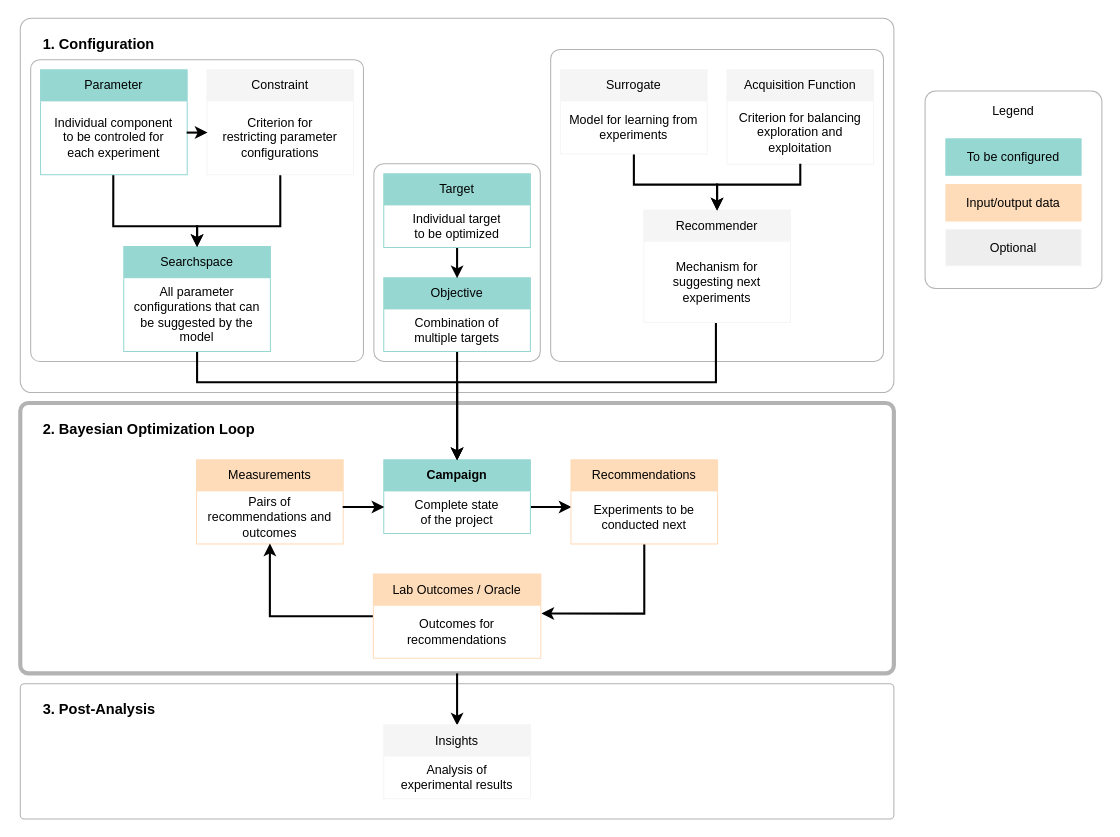
Before: docs/_static/api_overview.drawio in emdgroup/baybe, a draw.io diagram. Source tidied: cells renumbered, new cells numbered last; positions are measured from the earlier drawing's top-left corner, leaving out a move shared by most shapes. Both pictures are drawn from the tidied source at 104%, with x=0, y=0 at pixel (20, 18).
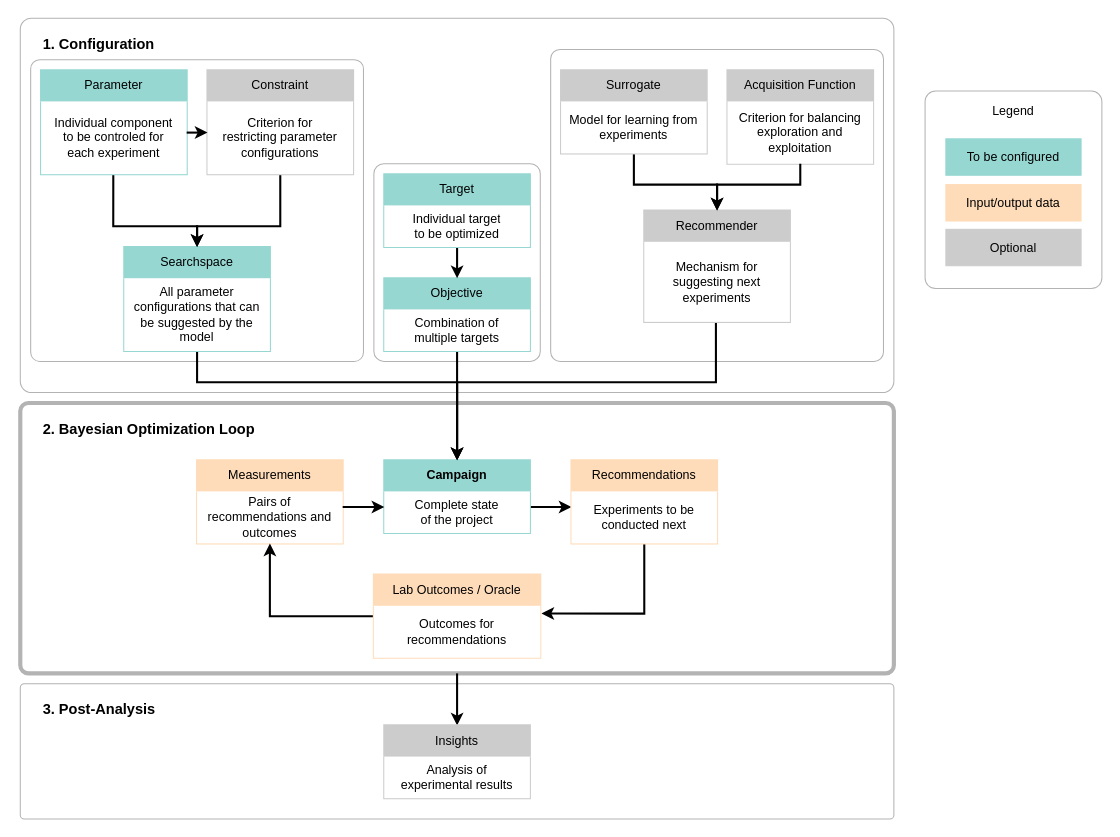
Above is the later version.

What changed in the source:
```diff
@@
-    <mxCell id="20" value="&lt;font style=&quot;color: light-dark(rgb(0, 0, 0), rgb(255, 255, 255));&quot;&gt;Recommender&lt;/font&gt;" style="swimlane;fontStyle=0;horizontal=1;startSize=30;whiteSpace=wrap;html=1;fillColor=#f5f5f5;strokeColor=light-dark(#F5F5F5,#1A1A1A);fontColor=#333333;strokeWidth=2;" parent="1" vertex="1">
+    <mxCell id="20" value="&lt;font style=&quot;color: light-dark(rgb(0, 0, 0), rgb(255, 255, 255));&quot;&gt;Recommender&lt;/font&gt;" style="swimlane;fontStyle=0;horizontal=1;startSize=30;whiteSpace=wrap;html=1;fillColor=#CCCCCC;strokeColor=#CCCCCC;fontColor=#333333;strokeWidth=2;" parent="1" vertex="1">
       <mxGeometry x="600" y="185" width="140" height="107" as="geometry" />
     </mxCell>
@@
-    <mxCell id="35" value="&lt;font style=&quot;color: light-dark(rgb(0, 0, 0), rgb(255, 255, 255));&quot;&gt;Constraint&lt;/font&gt;" style="swimlane;fontStyle=0;horizontal=1;startSize=30;whiteSpace=wrap;html=1;fillColor=#f5f5f5;strokeColor=light-dark(#F5F5F5,#1A1A1A);fontColor=#333333;strokeWidth=2;" parent="1" vertex="1">
+    <mxCell id="35" value="&lt;font style=&quot;color: light-dark(rgb(0, 0, 0), rgb(255, 255, 255));&quot;&gt;Constraint&lt;/font&gt;" style="swimlane;fontStyle=0;horizontal=1;startSize=30;whiteSpace=wrap;html=1;fillColor=#CCCCCC;strokeColor=#CCCCCC;fontColor=#333333;strokeWidth=2;" parent="1" vertex="1">
       <mxGeometry x="180" y="50" width="140" height="100" as="geometry" />
     </mxCell>
@@
-    <mxCell id="37" value="&lt;font style=&quot;color: light-dark(rgb(0, 0, 0), rgb(255, 255, 255));&quot;&gt;Insights&lt;/font&gt;" style="swimlane;fontStyle=0;horizontal=1;startSize=30;whiteSpace=wrap;html=1;fillColor=#f5f5f5;strokeColor=light-dark(#F5F5F5,#1A1A1A);fontColor=#333333;strokeWidth=2;" parent="1" vertex="1">
+    <mxCell id="37" value="&lt;font style=&quot;color: light-dark(rgb(0, 0, 0), rgb(255, 255, 255));&quot;&gt;Insights&lt;/font&gt;" style="swimlane;fontStyle=0;horizontal=1;startSize=30;whiteSpace=wrap;html=1;fillColor=#CCCCCC;strokeColor=#CCCCCC;fontColor=#333333;strokeWidth=2;" parent="1" vertex="1">
       <mxGeometry x="350" y="680" width="140" height="70" as="geometry" />
     </mxCell>
@@
-    <mxCell id="47" value="&lt;font style=&quot;color: light-dark(rgb(0, 0, 0), rgb(255, 255, 255));&quot;&gt;Surrogate&lt;/font&gt;" style="swimlane;fontStyle=0;horizontal=1;startSize=30;whiteSpace=wrap;html=1;fillColor=#f5f5f5;strokeColor=light-dark(#F5F5F5,#1A1A1A);fontColor=#333333;strokeWidth=2;" parent="1" vertex="1">
+    <mxCell id="47" value="&lt;font style=&quot;color: light-dark(rgb(0, 0, 0), rgb(255, 255, 255));&quot;&gt;Surrogate&lt;/font&gt;" style="swimlane;fontStyle=0;horizontal=1;startSize=30;whiteSpace=wrap;html=1;fillColor=#CCCCCC;strokeColor=#CCCCCC;fontColor=#333333;strokeWidth=2;" parent="1" vertex="1">
       <mxGeometry x="520" y="50" width="140" height="80" as="geometry" />
     </mxCell>
@@
-    <mxCell id="49" value="&lt;font style=&quot;color: light-dark(rgb(0, 0, 0), rgb(255, 255, 255));&quot;&gt;Acquisition Function&lt;/font&gt;" style="swimlane;fontStyle=0;horizontal=1;startSize=30;whiteSpace=wrap;html=1;fillColor=#f5f5f5;strokeColor=light-dark(#F5F5F5,#1A1A1A);fontColor=#333333;strokeWidth=2;" parent="1" vertex="1">
+    <mxCell id="49" value="&lt;font style=&quot;color: light-dark(rgb(0, 0, 0), rgb(255, 255, 255));&quot;&gt;Acquisition Function&lt;/font&gt;" style="swimlane;fontStyle=0;horizontal=1;startSize=30;whiteSpace=wrap;html=1;fillColor=#CCCCCC;strokeColor=#CCCCCC;fontColor=#333333;strokeWidth=2;" parent="1" vertex="1">
       <mxGeometry x="680" y="50" width="140" height="90" as="geometry" />
     </mxCell>
@@
-    <mxCell id="52" value="Optional" style="rounded=1;whiteSpace=wrap;html=1;fillColor=#eeeeee;strokeColor=light-dark(#F5F5F5,#1A1A1A);arcSize=0;" parent="1" vertex="1">
+    <mxCell id="52" value="Optional" style="rounded=1;whiteSpace=wrap;html=1;fillColor=#CCCCCC;strokeColor=#CCCCCC;arcSize=0;" parent="1" vertex="1">
       <mxGeometry x="890" y="203" width="130" height="35" as="geometry" />
     </mxCell>
```
